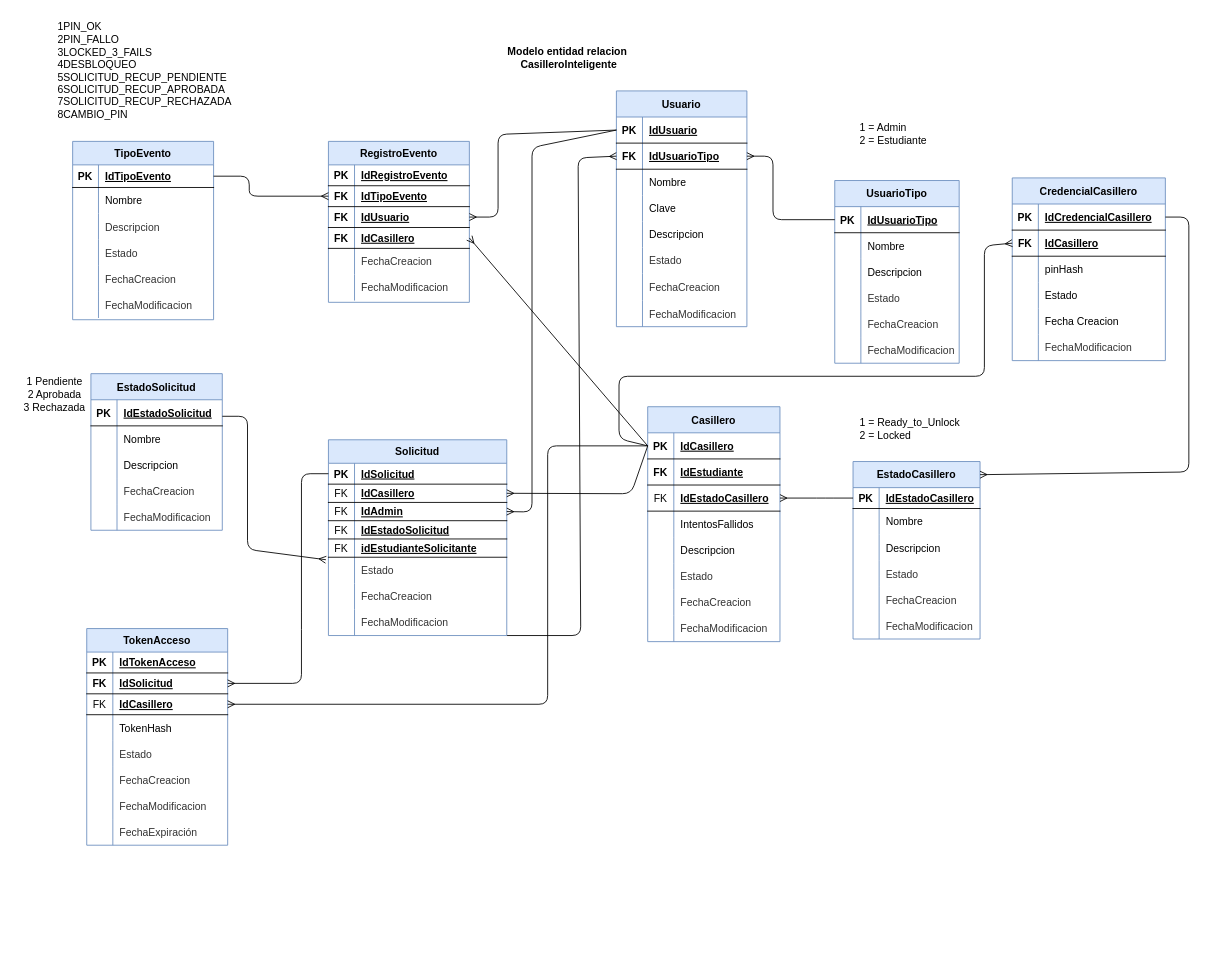
Above: Design/03_MER.dio in Anthonio16/casilleroInteligente (draw.io), before the change. Source tidied: cells renumbered, new cells numbered last; positions are measured from the earlier drawing's top-left corner, leaving out a move shared by most shapes. Both pictures are drawn from the tidied source at 87%, with x=0, y=0 at pixel (15, 15).
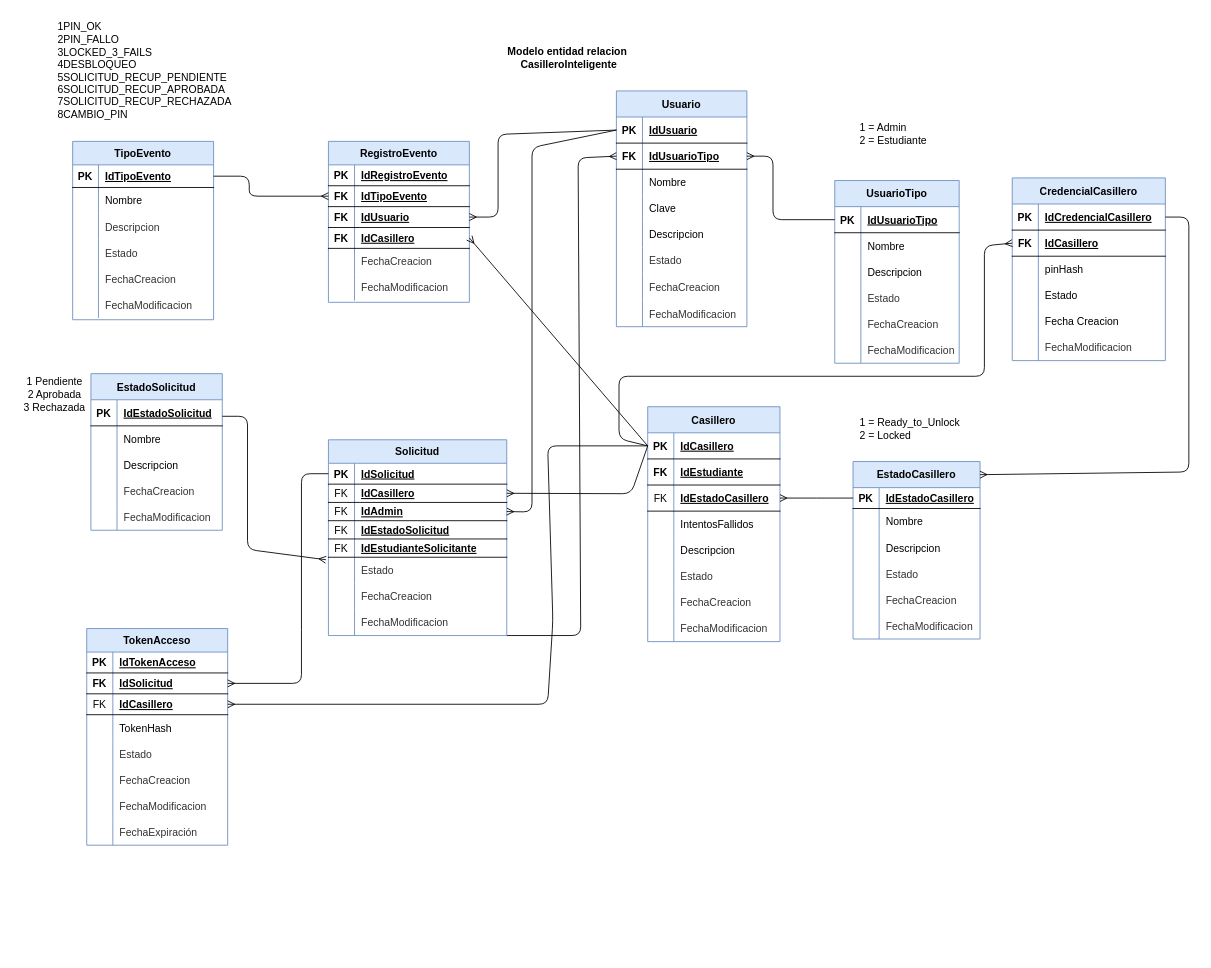
After the change.

Unchanged cells that the change refers to:
```xml
<mxCell id="89" style="shape=tableRow;horizontal=0;startSize=0;swimlaneHead=0;swimlaneBody=0;fillColor=none;points=[[0,0.5],[1,0.5]];portConstraint=eastwest;top=0;left=0;right=0;bottom=1;" parent="88" vertex="1">
  <mxGeometry y="30" width="152" height="30" as="geometry" />
</mxCell>
<mxCell id="143" style="shape=tableRow;horizontal=0;startSize=0;swimlaneHead=0;swimlaneBody=0;fillColor=none;top=0;left=0;right=0;bottom=1;" parent="130" vertex="1">
  <mxGeometry y="114" width="205" height="21" as="geometry" />
</mxCell>
<mxCell id="162" style="shape=tableRow;horizontal=0;startSize=0;swimlaneHead=0;swimlaneBody=0;fillColor=none;points=[[0,0.5],[1,0.5]];portConstraint=eastwest;top=0;left=0;right=0;bottom=1;" parent="155" vertex="1">
  <mxGeometry y="75" width="162" height="24" as="geometry" />
</mxCell>
```

Diff of the diagram source:
```diff
@@
-    <mxCell id="145" value="idEstudianteSolicitante" style="shape=partialRectangle;fillColor=none;top=0;left=0;bottom=0;right=0;align=left;spacingLeft=6;fontStyle=5;overflow=hidden;" parent="143" vertex="1">
+    <mxCell id="145" value="IdEstudianteSolicitante" style="shape=partialRectangle;fillColor=none;top=0;left=0;bottom=0;right=0;align=left;spacingLeft=6;fontStyle=5;overflow=hidden;" parent="143" vertex="1">
       <mxGeometry x="30" width="175" height="21" as="geometry" />
     </mxCell>
@@
     <mxCell id="229" style="html=1;endArrow=ERmany;endFill=0;entryX=1;entryY=0.5;entryDx=0;entryDy=0;exitX=0;exitY=0.5;exitDx=0;exitDy=0;" parent="1" edge="1" source="89" target="162">
       <mxGeometry relative="1" as="geometry">
         <Array as="points">
           <mxPoint x="612" y="495" />
+          <mxPoint x="618" y="696" />
           <mxPoint x="612" y="792" />
         </Array>
       </mxGeometry>
     </mxCell>
```
